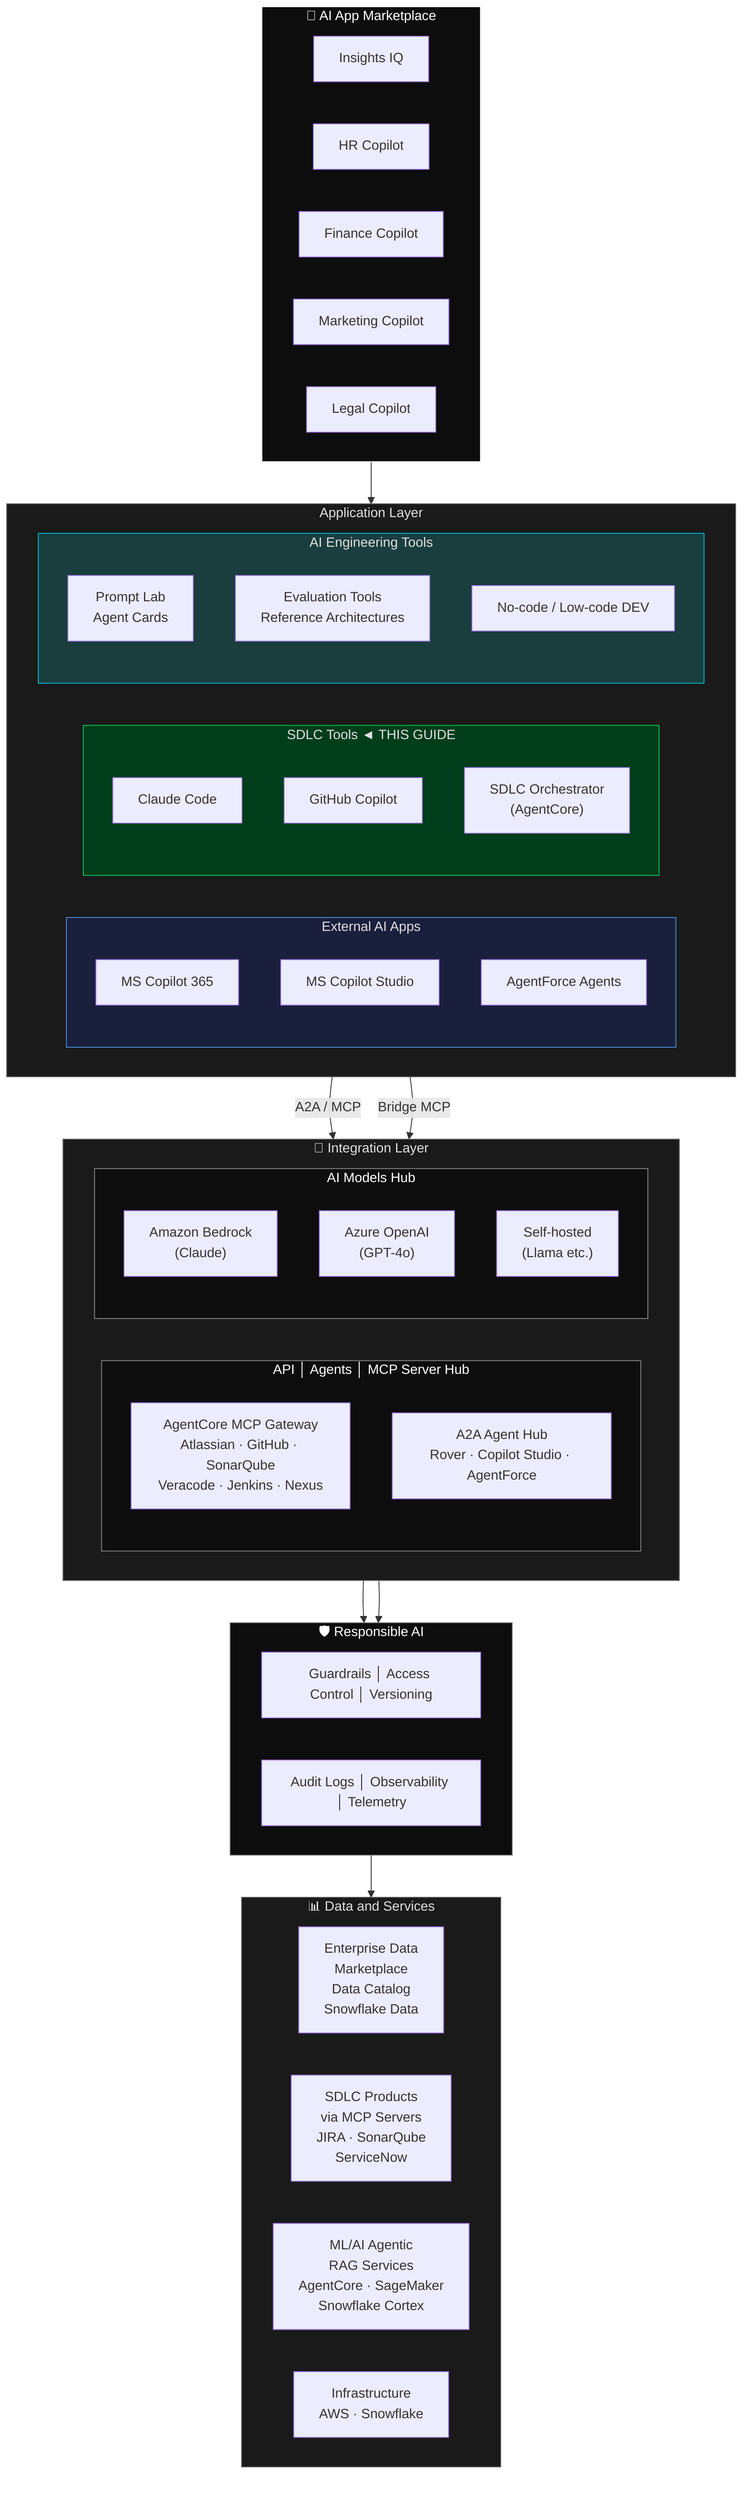
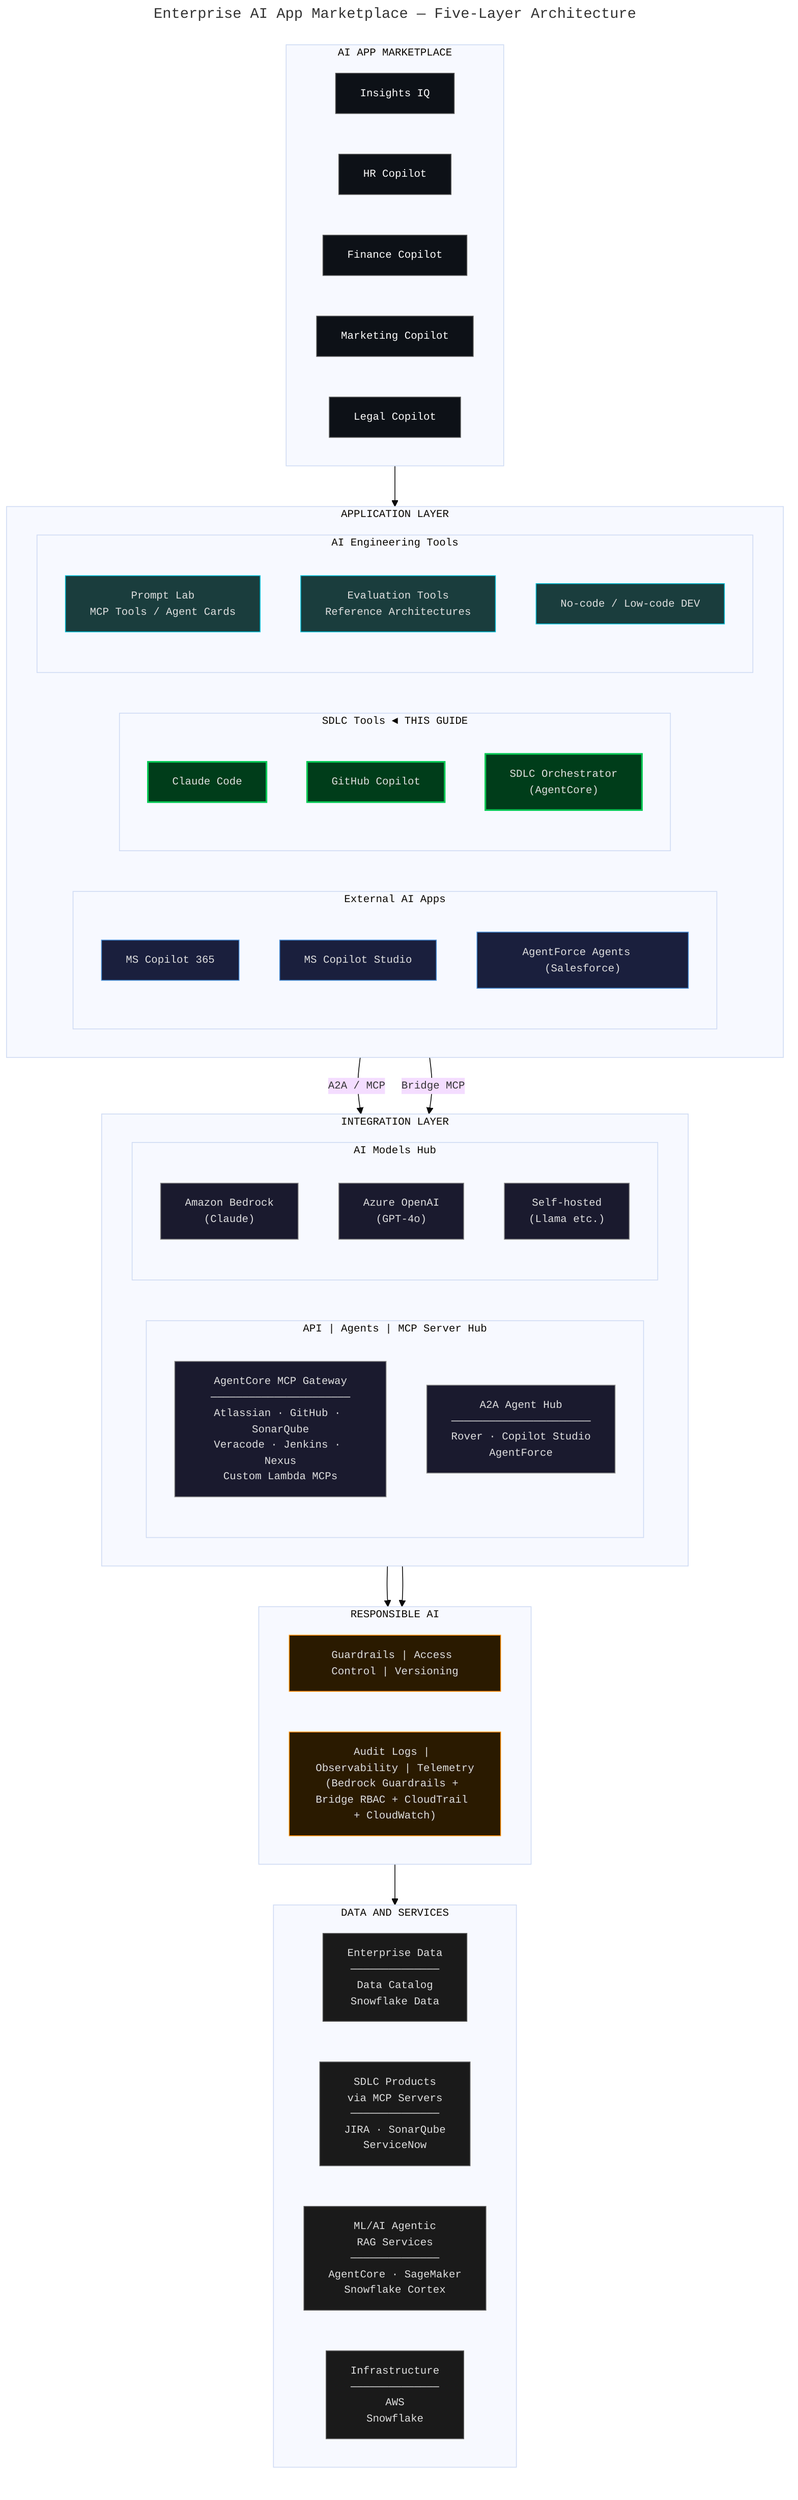
- flowchart TB
-     subgraph MARKETPLACE["🏪 AI App Marketplace"]
+ ---
+ title: "Enterprise AI App Marketplace — Five-Layer Architecture"
+ ---
+ %%{init: {'theme': 'base', 'themeVariables': {'fontSize': '13px', 'fontFamily': 'monospace'}}}%%
+ graph TB
+     subgraph MARKETPLACE["AI APP MARKETPLACE"]
        direction LR
-         APP1["Insights IQ"]
-         APP2["HR Copilot"]
-         APP3["Finance Copilot"]
-         APP4["Marketing Copilot"]
-         APP5["Legal Copilot"]
+         MP1["Insights IQ"]
+         MP2["HR Copilot"]
+         MP3["Finance Copilot"]
+         MP4["Marketing Copilot"]
+         MP5["Legal Copilot"]
    end

-     subgraph APPS["Application Layer"]
+     subgraph APPLAYER["APPLICATION LAYER"]
        direction LR
        subgraph EXTAPPS["External AI Apps"]
            E1["MS Copilot 365"]
            E2["MS Copilot Studio"]
-             E3["AgentForce Agents"]
+             E3["AgentForce Agents  (Salesforce)"]
        end
-         subgraph SDLCTOOLS["SDLC Tools ◄ THIS GUIDE"]
+         subgraph SDLCTOOLS["SDLC Tools  ◄ THIS GUIDE"]
            T1["Claude Code"]
            T2["GitHub Copilot"]
-             T3["SDLC Orchestrator<br/>(AgentCore)"]
+             T3["SDLC Orchestrator\n(AgentCore)"]
        end
        subgraph AIENG["AI Engineering Tools"]
-             P1["Prompt Lab<br/>Agent Cards"]
-             P2["Evaluation Tools<br/>Reference Architectures"]
+             P1["Prompt Lab\nMCP Tools / Agent Cards"]
+             P2["Evaluation Tools\nReference Architectures"]
            P3["No-code / Low-code DEV"]
        end
    end

-     subgraph INTEGRATION["🔌 Integration Layer"]
+     subgraph INTEGRATION["INTEGRATION LAYER"]
        direction LR
-         subgraph HUB["API │ Agents │ MCP Server Hub"]
-             H1["AgentCore MCP Gateway<br/>Atlassian · GitHub · SonarQube<br/>Veracode · Jenkins · Nexus"]
-             H2["A2A Agent Hub<br/>Rover · Copilot Studio · AgentForce"]
+         subgraph HUB["API | Agents | MCP Server Hub"]
+             H1["AgentCore MCP Gateway\n──────────────────────\nAtlassian · GitHub · SonarQube\nVeracode · Jenkins · Nexus\nCustom Lambda MCPs"]
+             H2["A2A Agent Hub\n──────────────────────\nRover · Copilot Studio\nAgentForce"]
        end
        subgraph MODELS["AI Models Hub"]
-             M1["Amazon Bedrock<br/>(Claude)"]
-             M2["Azure OpenAI<br/>(GPT-4o)"]
-             M3["Self-hosted<br/>(Llama etc.)"]
+             M1["Amazon Bedrock\n(Claude)"]
+             M2["Azure OpenAI\n(GPT-4o)"]
+             M3["Self-hosted\n(Llama etc.)"]
        end
    end

-     subgraph RAI["🛡️ Responsible AI"]
-         R1["Guardrails │ Access Control │ Versioning"]
-         R2["Audit Logs │ Observability │ Telemetry"]
+     subgraph RAI["RESPONSIBLE AI"]
+         R1["Guardrails | Access Control | Versioning"]
+         R2["Audit Logs | Observability | Telemetry\n(Bedrock Guardrails + Bridge RBAC + CloudTrail + CloudWatch)"]
    end

-     subgraph DATA["📊 Data and Services"]
+     subgraph DATA["DATA AND SERVICES"]
        direction LR
-         D1["Enterprise Data<br/>Marketplace<br/>Data Catalog<br/>Snowflake Data"]
-         D2["SDLC Products<br/>via MCP Servers<br/>JIRA · SonarQube<br/>ServiceNow"]
-         D3["ML/AI Agentic<br/>RAG Services<br/>AgentCore · SageMaker<br/>Snowflake Cortex"]
-         D4["Infrastructure<br/>AWS · Snowflake"]
+         D1["Enterprise Data\n──────────────\nData Catalog\nSnowflake Data"]
+         D2["SDLC Products\nvia MCP Servers\n──────────────\nJIRA · SonarQube\nServiceNow"]
+         D3["ML/AI Agentic\nRAG Services\n──────────────\nAgentCore · SageMaker\nSnowflake Cortex"]
+         D4["Infrastructure\n──────────────\nAWS\nSnowflake"]
    end

-     MARKETPLACE --> APPS
+     MARKETPLACE --> APPLAYER
    EXTAPPS -- "A2A / MCP" --> HUB
    SDLCTOOLS -- "Bridge MCP" --> HUB
    HUB --> RAI
    MODELS --> RAI
    RAI --> DATA

-     style MARKETPLACE fill:#0d0d0d,color:#ffffff,stroke:#ffffff
-     style APPS fill:#1a1a1a,color:#e0e0e0,stroke:#555
-     style EXTAPPS fill:#1a1f3d,color:#e0e0e0,stroke:#4a90d9
-     style SDLCTOOLS fill:#003d1a,color:#e0e0e0,stroke:#00c853
-     style AIENG fill:#1a3d3d,color:#e0e0e0,stroke:#00bcd4
-     style INTEGRATION fill:#1a1a1a,color:#e0e0e0,stroke:#777
-     style HUB fill:#0d0d0d,color:#ffffff,stroke:#888
-     style MODELS fill:#0d0d0d,color:#ffffff,stroke:#888
-     style RAI fill:#0d0d0d,color:#ffffff,stroke:#888
-     style DATA fill:#1a1a1a,color:#e0e0e0,stroke:#555
+     classDef market   fill:#0d1117,color:#ffffff,stroke:#555,stroke-width:1px
+     classDef ext      fill:#1a1f3d,color:#e0e0e0,stroke:#4a90d9,stroke-width:1px
+     classDef sdlc     fill:#003d1a,color:#e0e0e0,stroke:#00c853,stroke-width:2px
+     classDef aieng    fill:#1a3d3d,color:#e0e0e0,stroke:#00bcd4,stroke-width:1px
+     classDef hub      fill:#1a1a2e,color:#e0e0e0,stroke:#888,stroke-width:1px
+     classDef model    fill:#1a1a2e,color:#e0e0e0,stroke:#888,stroke-width:1px
+     classDef rai      fill:#2a1a00,color:#e0e0e0,stroke:#ff8c00,stroke-width:1px
+     classDef data     fill:#1a1a1a,color:#e0e0e0,stroke:#555,stroke-width:1px
+ 
+     class MP1,MP2,MP3,MP4,MP5 market
+     class E1,E2,E3 ext
+     class T1,T2,T3 sdlc
+     class P1,P2,P3 aieng
+     class H1,H2 hub
+     class M1,M2,M3 model
+     class R1,R2 rai
+     class D1,D2,D3,D4 data
